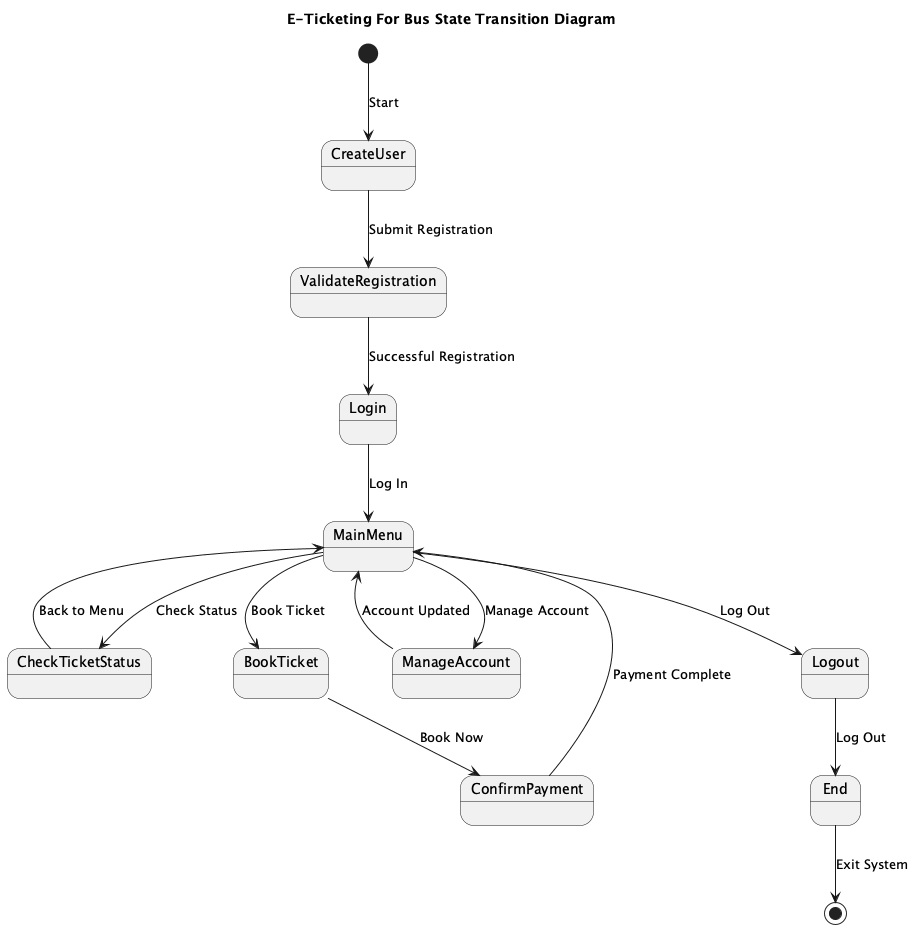
The PlantUML diagram results/plantuml_pipeline/ensemble_stacked_llm/runs/ensemble__all_methods__candidate_pool__stacked_llm/case_15_e_ticketing_for_bus/ensemble.png in maimunafaria/State_transition_Diagram_generated_by_LLM, before a commit.
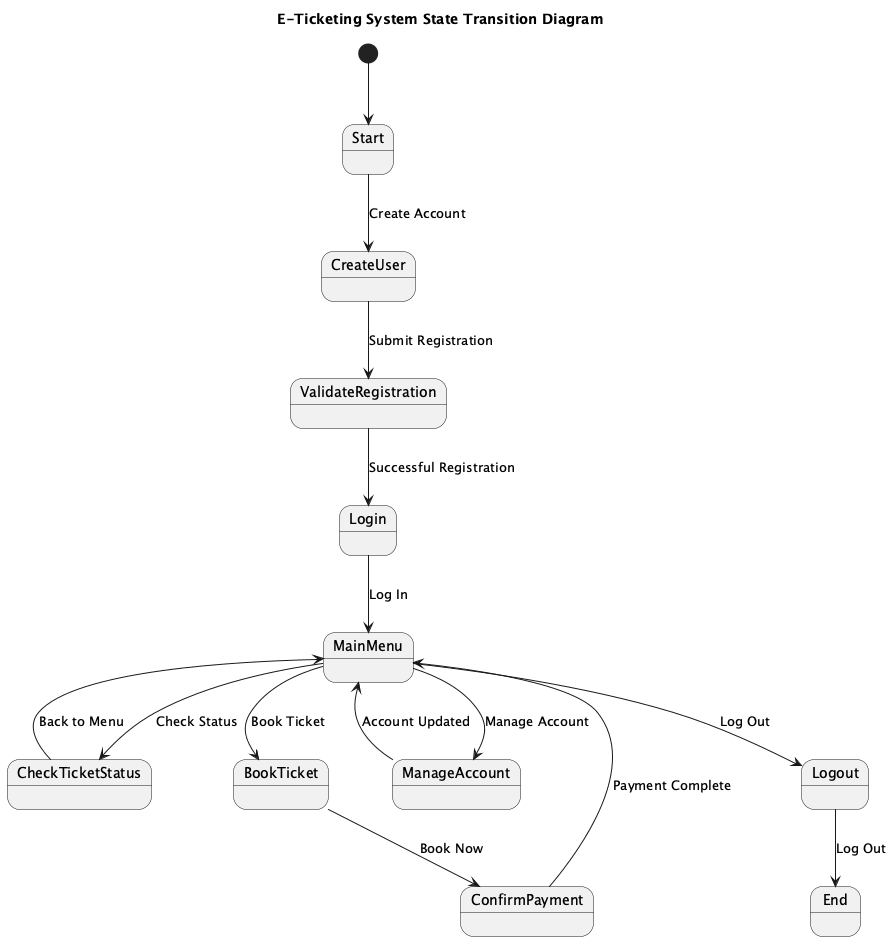
The same diagram one commit later.

Change to the diagram source:
```diff
@@ -1,8 +1,9 @@
 @startuml
-title E-Ticketing For Bus State Transition Diagram
+title E-Ticketing System State Transition Diagram
 
-[*] --> CreateUser : Start
+[*] --> Start
 
+state Start
 state CreateUser
 state ValidateRegistration
 state Login
@@ -14,20 +15,21 @@
 state Logout
 state End
 
+Start --> CreateUser : Create Account
 CreateUser --> ValidateRegistration : Submit Registration
 ValidateRegistration --> Login : Successful Registration
 Login --> MainMenu : Log In
 
 MainMenu --> CheckTicketStatus : Check Status
+MainMenu --> BookTicket : Book Ticket
+MainMenu --> ManageAccount : Manage Account
+MainMenu --> Logout : Log Out
+
 CheckTicketStatus --> MainMenu : Back to Menu
-MainMenu --> BookTicket : Book Ticket
 BookTicket --> ConfirmPayment : Book Now
 ConfirmPayment --> MainMenu : Payment Complete
-MainMenu --> ManageAccount : Manage Account
 ManageAccount --> MainMenu : Account Updated
-MainMenu --> Logout : Log Out
 
 Logout --> End : Log Out
-End --> [*] : Exit System
 
 @enduml
```
